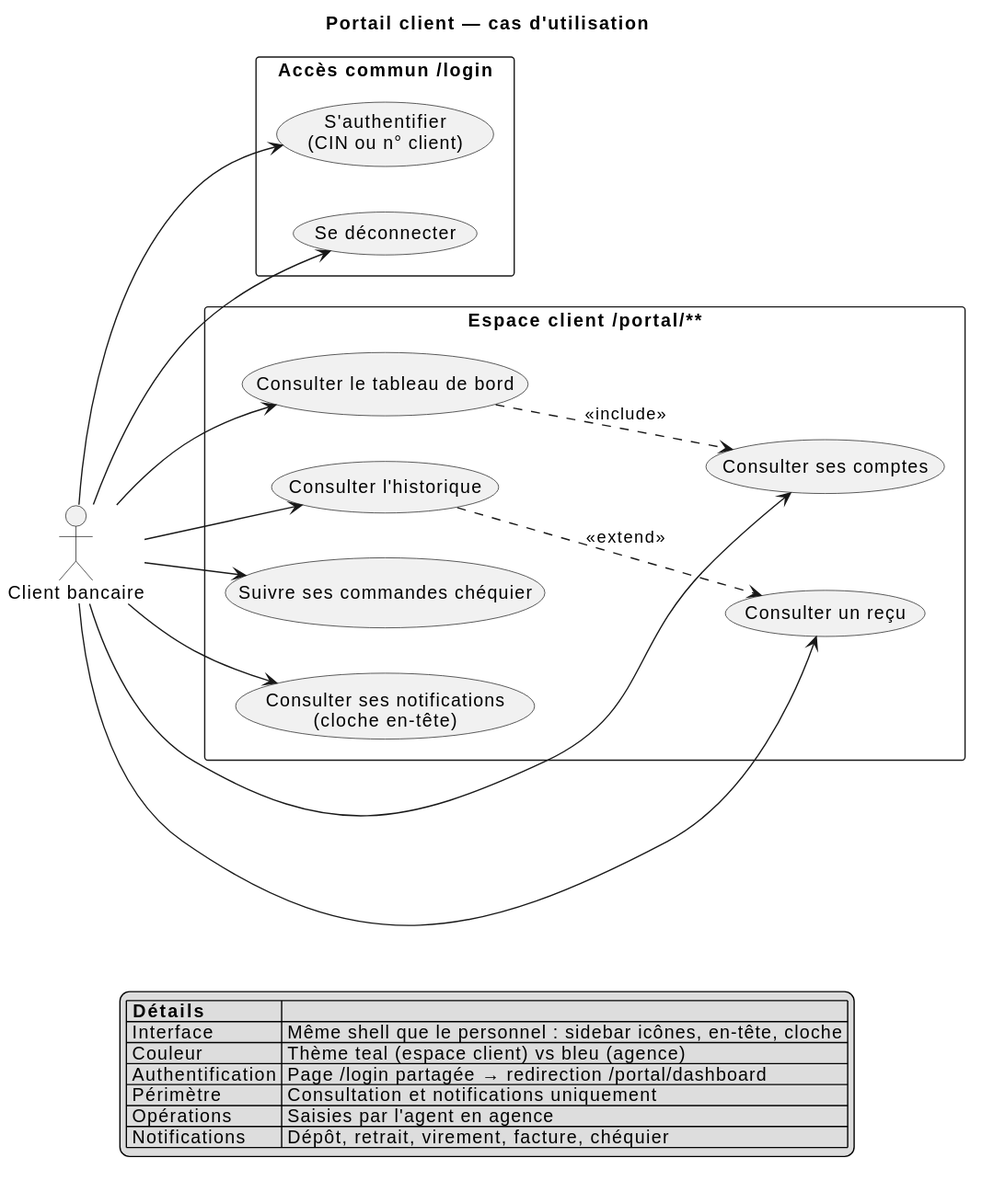
Above: documentation/uml/cas-utilisation/03-portail-client.svg in aminabensouda106-gif/banque1 (PlantUML), before the change.
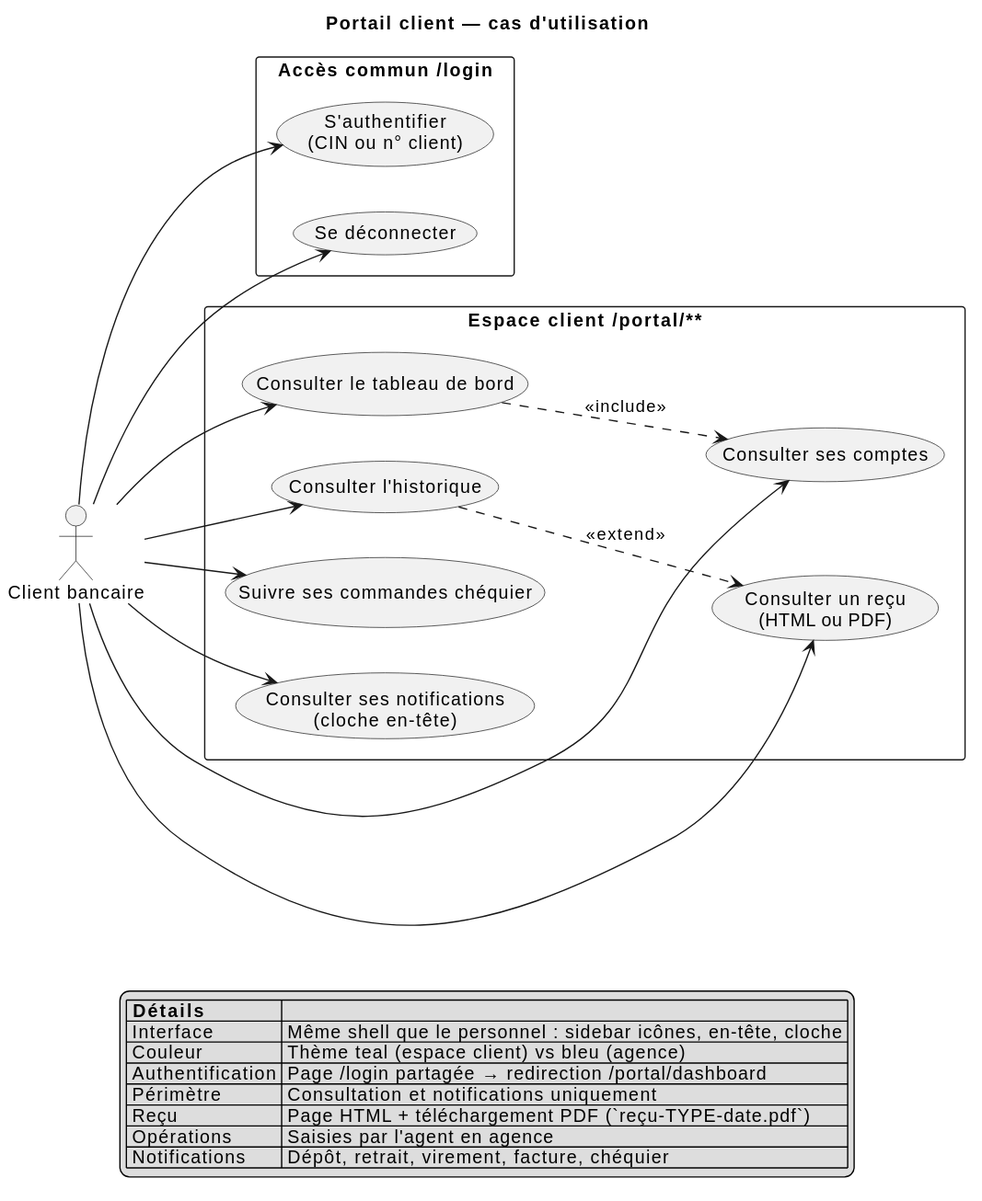
The same file after the commit.

What changed in the source:
```diff
@@ -16,7 +16,7 @@
   usecase "Consulter le tableau de bord" as UC_DASH
   usecase "Consulter ses comptes" as UC_ACCOUNTS
   usecase "Consulter l'historique" as UC_HISTORY
-  usecase "Consulter un reçu" as UC_RECEIPT
+  usecase "Consulter un reçu\n(HTML ou PDF)" as UC_RECEIPT
   usecase "Suivre ses commandes chéquier" as UC_CHQ
   usecase "Consulter ses notifications\n(cloche en-tête)" as UC_NOTIF
 }
@@ -39,6 +39,7 @@
   | Couleur | Thème teal (espace client) vs bleu (agence) |
   | Authentification | Page /login partagée → redirection /portal/dashboard |
   | Périmètre | Consultation et notifications uniquement |
+  | Reçu | Page HTML + téléchargement PDF (`reçu-TYPE-date.pdf`) |
   | Opérations | Saisies par l'agent en agence |
   | Notifications | Dépôt, retrait, virement, facture, chéquier |
 endlegend
```
